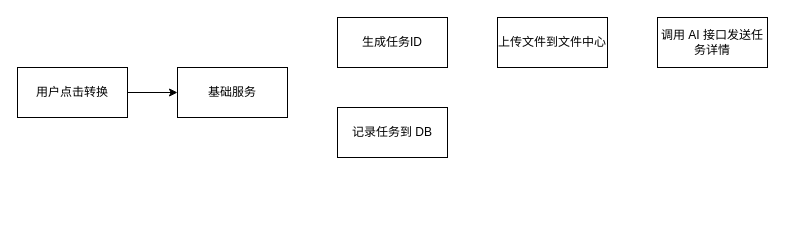
Above: 音频转文本实现.drawio in DongRuihua/draw (draw.io), before the change. Source tidied: cells renumbered, new cells numbered last; positions are measured from the earlier drawing's top-left corner, leaving out a move shared by most shapes. Both pictures are drawn from the tidied source at 100%, with x=0, y=0 at pixel (17, 17).
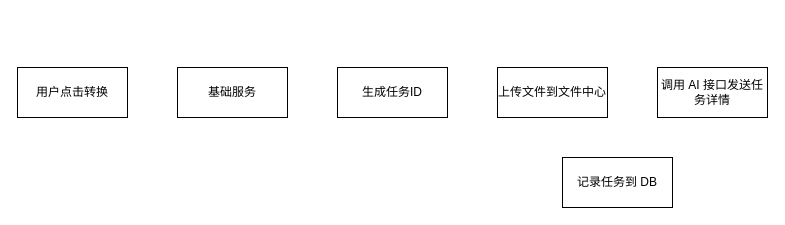
The same page after the edit.

Commit message (it also covers changes not shown here):
更新音频转文本实现.drawio

What changed in the source:
```diff
@@
 <mxGraphModel>
   <root>
     <mxCell id="0" />
     <mxCell id="1" parent="0" />
-    <mxCell id="2" style="edgeStyle=orthogonalEdgeStyle;rounded=0;jettySize=auto;html=1;" parent="1" edge="1" source="3" target="4">
-      <mxGeometry relative="1" as="geometry" />
-    </mxCell>
     <mxCell id="3" value="用户点击转换" style="rounded=0;whiteSpace=wrap;html=1;" parent="1" vertex="1">
       <mxGeometry y="50" width="110" height="50" as="geometry" />
     </mxCell>
     <mxCell id="4" value="基础服务" style="rounded=0;whiteSpace=wrap;html=1;" parent="1" vertex="1">
       <mxGeometry x="160" y="50" width="110" height="50" as="geometry" />
     </mxCell>
     <mxCell id="5" value="生成任务ID" style="rounded=0;whiteSpace=wrap;html=1;" parent="1" vertex="1">
-      <mxGeometry x="320" width="110" height="50" as="geometry" />
+      <mxGeometry x="320" y="50" width="110" height="50" as="geometry" />
     </mxCell>
     <mxCell id="6" value="记录任务到 DB" style="rounded=0;whiteSpace=wrap;html=1;" parent="1" vertex="1">
-      <mxGeometry x="320" y="90" width="110" height="50" as="geometry" />
+      <mxGeometry x="545" y="140" width="110" height="50" as="geometry" />
     </mxCell>
     <mxCell id="7" value="上传文件到文件中心" style="rounded=0;whiteSpace=wrap;html=1;" parent="1" vertex="1">
-      <mxGeometry x="480" width="110" height="50" as="geometry" />
+      <mxGeometry x="480" y="50" width="110" height="50" as="geometry" />
     </mxCell>
     <mxCell id="8" value="调用 AI 接口发送任务详情" style="rounded=0;whiteSpace=wrap;html=1;" parent="1" vertex="1">
-      <mxGeometry x="640" width="110" height="50" as="geometry" />
+      <mxGeometry x="640" y="50" width="110" height="50" as="geometry" />
     </mxCell>
   </root>
 </mxGraphModel>
```
